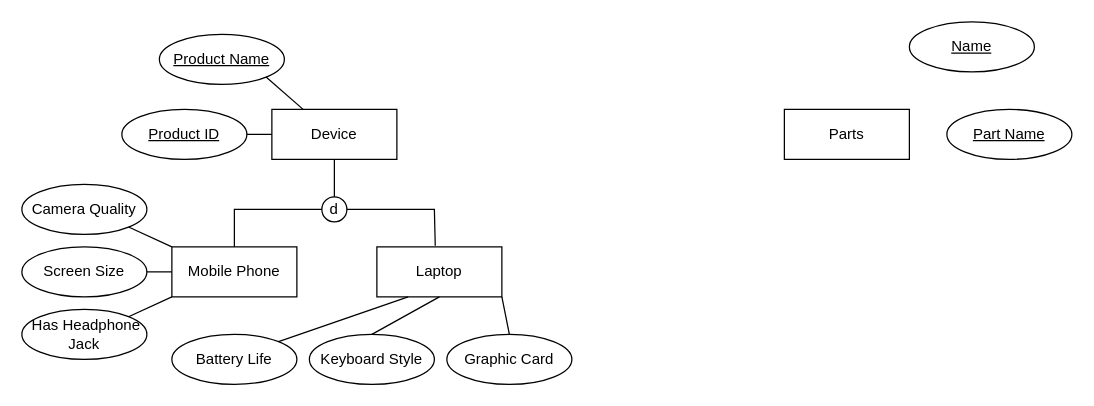
harry-sunhao/52pojie keeps this draw.io diagram as page "Page-4" (4 of 4) of Untitled Diagram.drawio. Above is the earlier version. Source tidied: cells renumbered, new cells numbered last; positions are measured from the earlier drawing's top-left corner, leaving out a move shared by most shapes. Both pictures are drawn from the tidied source at 125%, with x=0, y=0 at pixel (21, 21).
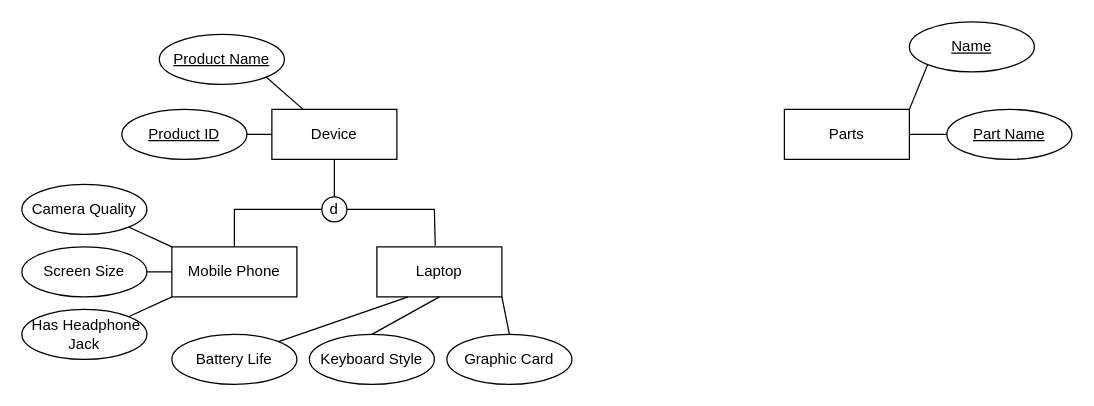
The same page after the edit.

The change refers to these unchanged cells:
```xml
<mxCell id="25" value="Parts" style="whiteSpace=wrap;html=1;align=center;" parent="1" vertex="1">
  <mxGeometry x="610" y="70" width="100" height="40" as="geometry" />
</mxCell>
<mxCell id="26" value="Name" style="ellipse;whiteSpace=wrap;html=1;align=center;fontStyle=4;" parent="1" vertex="1">
  <mxGeometry x="710" width="100" height="40" as="geometry" />
</mxCell>
<mxCell id="27" value="Part Name" style="ellipse;whiteSpace=wrap;html=1;align=center;fontStyle=4;" parent="1" vertex="1">
  <mxGeometry x="740" y="70" width="100" height="40" as="geometry" />
</mxCell>
```

Diff of the diagram source:
```diff
@@
+    <mxCell id="28" style="endArrow=none;html=1;rounded=0;entryX=0;entryY=1;entryDx=0;entryDy=0;exitX=1;exitY=0;exitDx=0;exitDy=0;" parent="1" edge="1" source="25" target="26">
+      <mxGeometry relative="1" as="geometry" />
+    </mxCell>
+    <mxCell id="29" style="endArrow=none;html=1;rounded=0;entryX=0;entryY=0.5;entryDx=0;entryDy=0;exitX=1;exitY=0.5;exitDx=0;exitDy=0;" parent="1" edge="1" source="25" target="27">
+      <mxGeometry relative="1" as="geometry" />
+    </mxCell>
```
